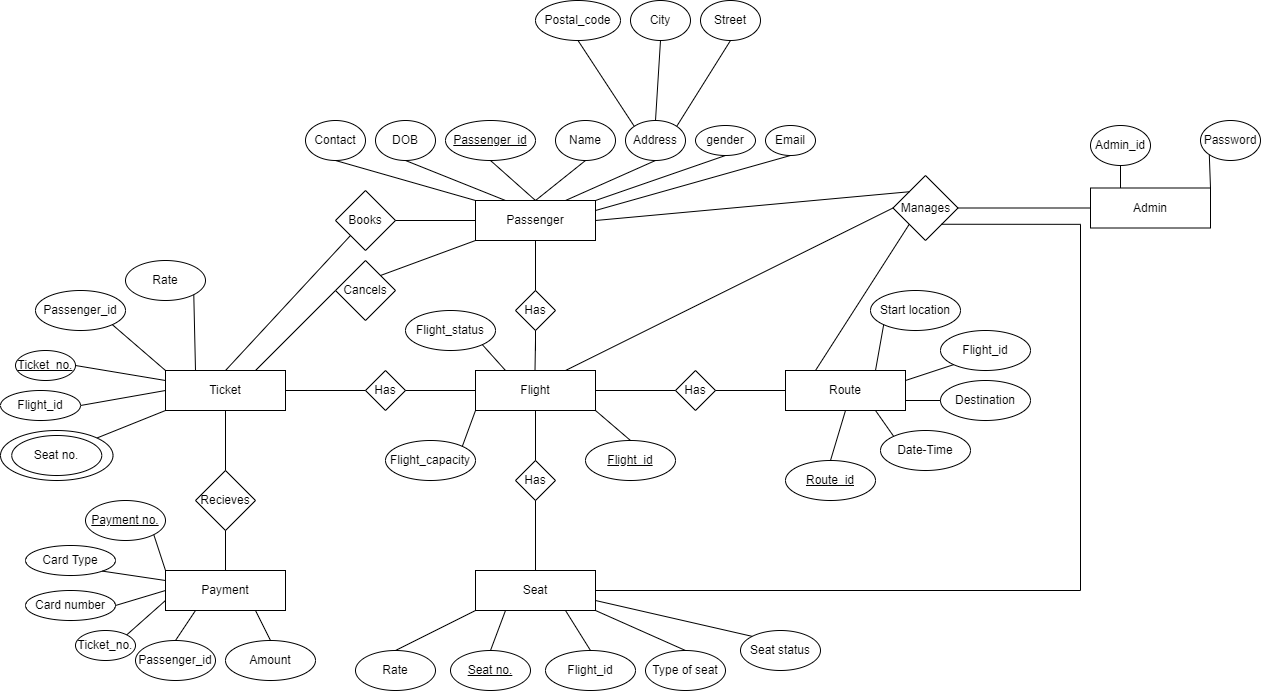
This is Diagrams/ER diagram.png from sh7vashrestha/AirlineManagementSystem, a draw.io export, as it was before one commit. Source tidied: cells renumbered, new cells last; positions are measured from the earlier drawing's top-left corner, leaving out a move shared by most shapes.
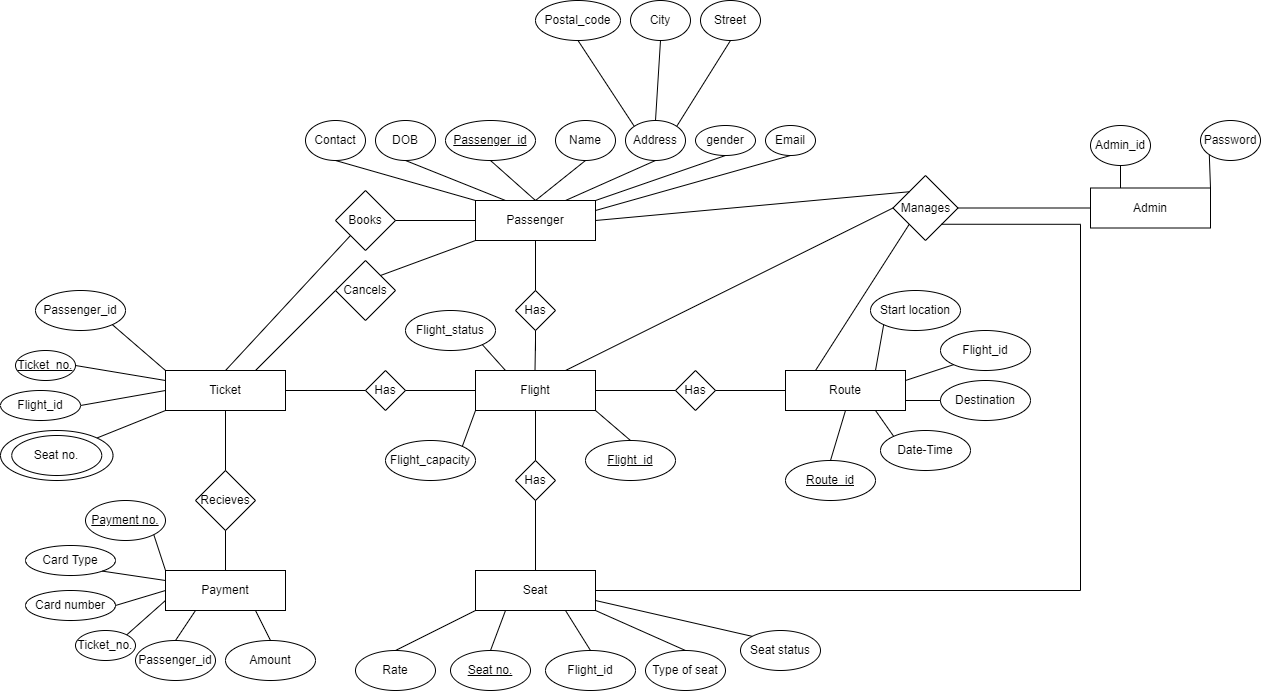
Above is the later version.

Change to the diagram source:
```diff
@@ -129,9 +129,6 @@
     <mxCell id="41" value="Flight_id" style="ellipse;whiteSpace=wrap;html=1;rounded=0;" parent="1" vertex="1">
       <mxGeometry y="390" width="80" height="30" as="geometry" />
     </mxCell>
-    <mxCell id="42" value="Rate" style="ellipse;whiteSpace=wrap;html=1;rounded=0;" parent="1" vertex="1">
-      <mxGeometry x="125" y="260" width="80" height="40" as="geometry" />
-    </mxCell>
     <mxCell id="43" style="endArrow=none;html=1;rounded=0;entryX=0;entryY=1;entryDx=0;entryDy=0;exitX=1;exitY=0;exitDx=0;exitDy=0;" parent="1" edge="1" source="104" target="5">
       <mxGeometry relative="1" as="geometry" />
     </mxCell>
@@ -144,9 +141,6 @@
     <mxCell id="46" style="endArrow=none;html=1;rounded=0;entryX=1;entryY=1;entryDx=0;entryDy=0;exitX=0;exitY=0;exitDx=0;exitDy=0;" parent="1" edge="1" source="5" target="39">
       <mxGeometry relative="1" as="geometry" />
     </mxCell>
-    <mxCell id="47" style="endArrow=none;html=1;rounded=0;exitX=1;exitY=1;exitDx=0;exitDy=0;entryX=0.25;entryY=0;entryDx=0;entryDy=0;" parent="1" edge="1" source="42" target="5">
-      <mxGeometry relative="1" as="geometry" />
-    </mxCell>
     <mxCell id="48" value="Has" style="rhombus;whiteSpace=wrap;html=1;rounded=0;" parent="1" vertex="1">
       <mxGeometry x="515" y="460" width="40" height="40" as="geometry" />
     </mxCell>
```
